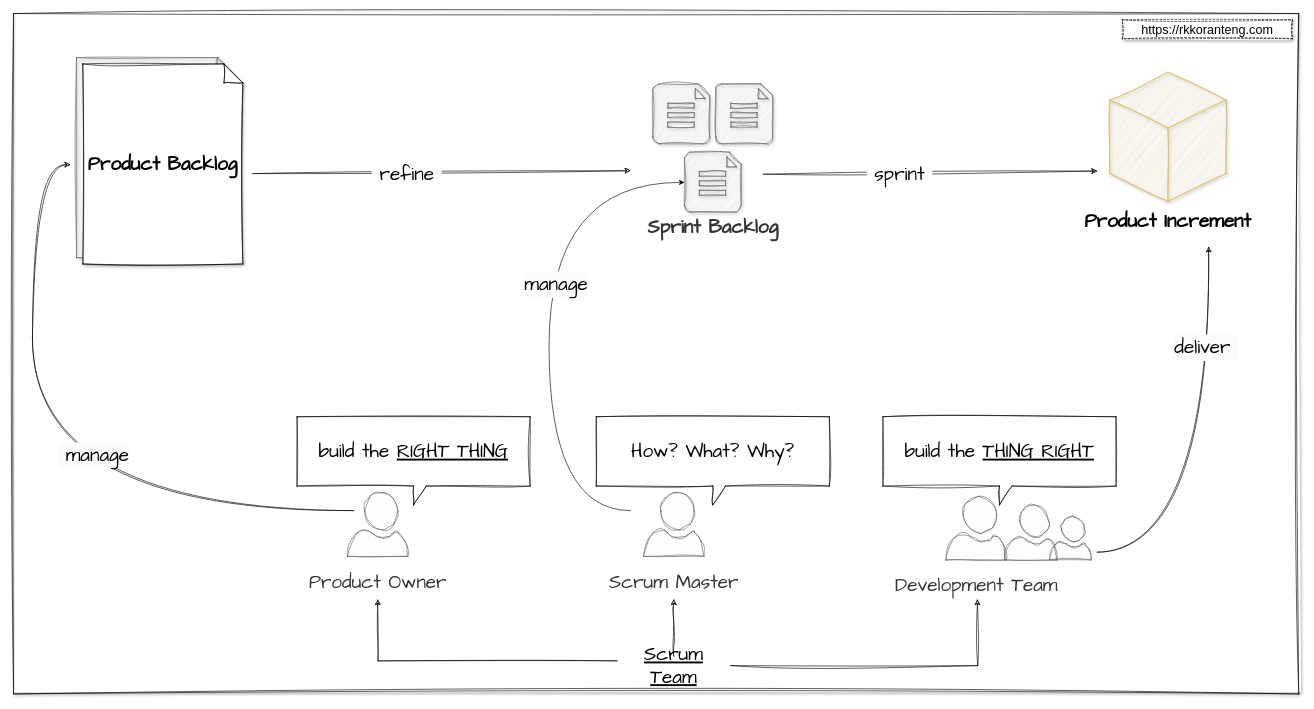
Before: page "scrum-artifacts" (2 of 11) of assets/screenshots/training/scrum/scrum-course-diagrams.drawio in RKKoranteng/blog, a draw.io diagram. Source tidied: cells renumbered, new cells numbered last; positions are measured from the earlier drawing's top-left corner, leaving out a move shared by most shapes. Both pictures are drawn from the tidied source at 63%, with x=0, y=0 at pixel (13, 13).
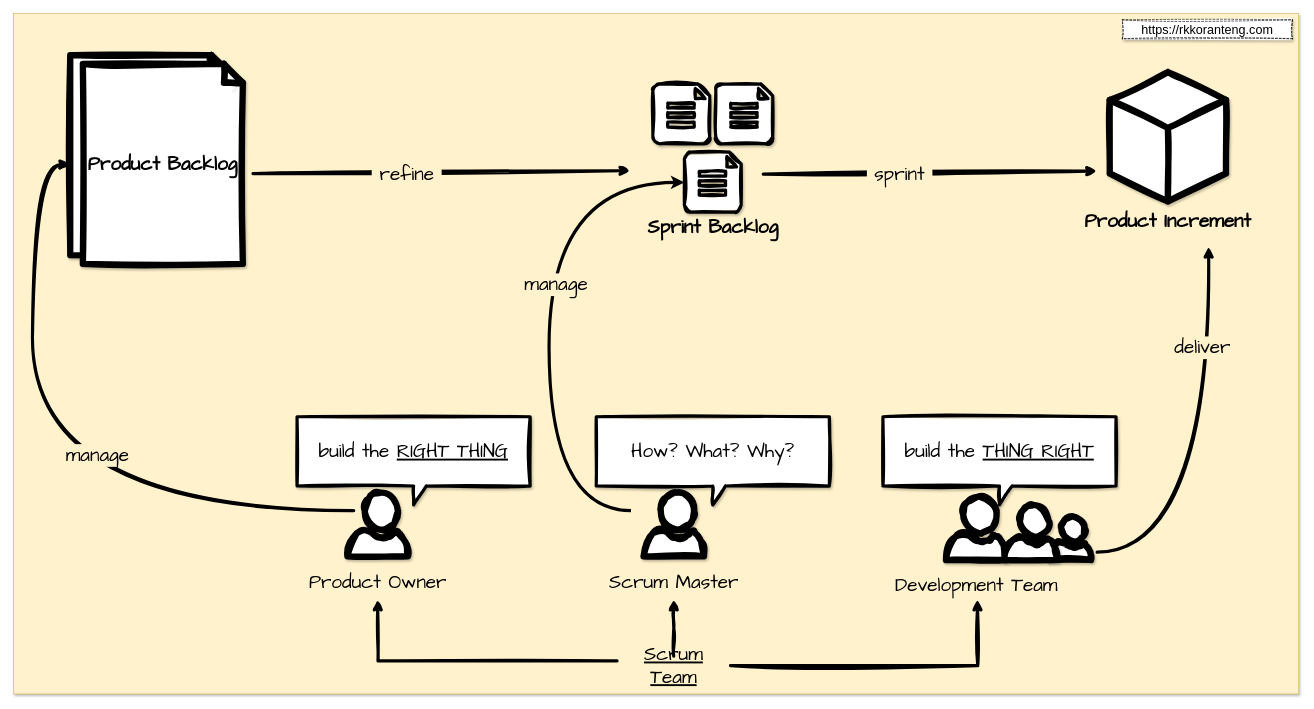
After the change.

Unchanged cells that the change refers to:
```xml
<mxCell id="32" value="&lt;font face=&quot;Comic Sans MS&quot; style=&quot;font-size: 30px;&quot;&gt;&lt;u&gt;Scrum Team&lt;/u&gt;&lt;/font&gt;" style="text;html=1;align=center;verticalAlign=middle;whiteSpace=wrap;rounded=0;" parent="1" vertex="1">
  <mxGeometry x="957.9" y="1020" width="180.1" height="30" as="geometry" />
</mxCell>
```

What changed in the source:
```diff
@@
-    <mxCell id="2" style="rounded=0;whiteSpace=wrap;html=1;sketch=1;curveFitting=1;jiggle=2;shadow=1;" parent="1" vertex="1">
+    <mxCell id="2" style="rounded=0;whiteSpace=wrap;html=1;shadow=1;fillColor=#fff2cc;strokeColor=#d6b656;" parent="1" vertex="1">
       <mxGeometry width="2040" height="1080" as="geometry" />
     </mxCell>
@@
-    <mxCell id="4" style="verticalLabelPosition=bottom;html=1;verticalAlign=top;align=center;strokeColor=#666666;fillColor=#f5f5f5;shape=mxgraph.azure.file_2;sketch=1;curveFitting=1;jiggle=2;fontColor=#333333;shadow=1;" parent="1" vertex="1">
+    <mxCell id="4" style="verticalLabelPosition=bottom;html=1;verticalAlign=top;align=center;shape=mxgraph.azure.file_2;sketch=1;curveFitting=1;jiggle=2;shadow=1;strokeWidth=5;" parent="1" vertex="1">
       <mxGeometry x="1014.8" y="111.8" width="90.2" height="95" as="geometry" />
     </mxCell>
-    <mxCell id="5" style="shape=note;whiteSpace=wrap;html=1;backgroundOutline=1;darkOpacity=0.05;sketch=1;curveFitting=1;jiggle=2;shadow=1;fillColor=#f5f5f5;fontColor=#333333;strokeColor=#666666;" parent="1" vertex="1">
-      <mxGeometry x="100" y="70" width="254" height="317.5" as="geometry" />
+    <mxCell id="5" style="shape=note;whiteSpace=wrap;html=1;backgroundOutline=1;darkOpacity=0.05;sketch=1;curveFitting=1;jiggle=2;shadow=1;strokeWidth=10;" parent="1" vertex="1">
+      <mxGeometry x="90" y="66" width="254" height="317.5" as="geometry" />
     </mxCell>
-    <mxCell id="6" value="&lt;font style=&quot;font-size: 30px;&quot; face=&quot;Comic Sans MS&quot;&gt;&lt;b&gt;Product Backlog&lt;/b&gt;&lt;/font&gt;" style="shape=note;whiteSpace=wrap;html=1;backgroundOutline=1;darkOpacity=0.05;sketch=1;curveFitting=1;jiggle=2;shadow=1;" parent="1" vertex="1">
+    <mxCell id="6" value="&lt;font style=&quot;font-size: 30px;&quot; face=&quot;Comic Sans MS&quot;&gt;&lt;b&gt;Product Backlog&lt;/b&gt;&lt;/font&gt;" style="shape=note;whiteSpace=wrap;html=1;backgroundOutline=1;darkOpacity=0.05;sketch=1;curveFitting=1;jiggle=2;shadow=1;strokeWidth=10;" parent="1" vertex="1">
       <mxGeometry x="110" y="80" width="254" height="317.5" as="geometry" />
     </mxCell>
-    <mxCell id="7" style="html=1;whiteSpace=wrap;shape=isoCube2;backgroundOutline=1;isoAngle=15;sketch=1;curveFitting=1;jiggle=2;fillColor=#fff2cc;strokeColor=#d6b656;shadow=1;" parent="1" vertex="1">
+    <mxCell id="7" style="html=1;whiteSpace=wrap;shape=isoCube2;backgroundOutline=1;isoAngle=15;sketch=1;curveFitting=1;jiggle=2;shadow=1;strokeWidth=10;" parent="1" vertex="1">
       <mxGeometry x="1740" y="93" width="184.5" height="205" as="geometry" />
     </mxCell>
-    <mxCell id="8" style="verticalLabelPosition=bottom;html=1;verticalAlign=top;align=center;strokeColor=#666666;fillColor=#f5f5f5;shape=mxgraph.azure.file_2;sketch=1;curveFitting=1;jiggle=2;fontColor=#333333;shadow=1;" parent="1" vertex="1">
+    <mxCell id="8" style="verticalLabelPosition=bottom;html=1;verticalAlign=top;align=center;shape=mxgraph.azure.file_2;sketch=1;curveFitting=1;jiggle=2;shadow=1;strokeWidth=5;" parent="1" vertex="1">
       <mxGeometry x="1114.8" y="111.8" width="90.2" height="95" as="geometry" />
     </mxCell>
-    <mxCell id="9" value="&lt;font style=&quot;font-size: 30px;&quot; face=&quot;Comic Sans MS&quot;&gt;&lt;b&gt;Sprint Backlog&lt;/b&gt;&lt;/font&gt;" style="verticalLabelPosition=bottom;html=1;verticalAlign=top;align=center;strokeColor=#666666;fillColor=#f5f5f5;shape=mxgraph.azure.file_2;sketch=1;curveFitting=1;jiggle=2;fontColor=#333333;shadow=1;" parent="1" vertex="1">
+    <mxCell id="9" value="&lt;font style=&quot;font-size: 30px;&quot; face=&quot;Comic Sans MS&quot;&gt;&lt;b&gt;Sprint Backlog&lt;/b&gt;&lt;/font&gt;" style="verticalLabelPosition=bottom;html=1;verticalAlign=top;align=center;shape=mxgraph.azure.file_2;sketch=1;curveFitting=1;jiggle=2;shadow=1;strokeWidth=5;" parent="1" vertex="1">
       <mxGeometry x="1064.8" y="220" width="90.2" height="95" as="geometry" />
     </mxCell>
@@
-    <mxCell id="11" value="&lt;font style=&quot;font-size: 30px;&quot; face=&quot;Comic Sans MS&quot;&gt;build the &lt;u&gt;RIGHT THING&lt;/u&gt;&lt;/font&gt;" style="shape=callout;whiteSpace=wrap;html=1;perimeter=calloutPerimeter;sketch=1;curveFitting=1;jiggle=2;" parent="1" vertex="1">
+    <mxCell id="11" value="&lt;font style=&quot;font-size: 30px;&quot; face=&quot;Comic Sans MS&quot;&gt;build the &lt;u&gt;RIGHT THING&lt;/u&gt;&lt;/font&gt;" style="shape=callout;whiteSpace=wrap;html=1;perimeter=calloutPerimeter;sketch=1;curveFitting=1;jiggle=2;strokeWidth=5;shadow=1;" parent="1" vertex="1">
       <mxGeometry x="450" y="640" width="370" height="140" as="geometry" />
     </mxCell>
-    <mxCell id="12" value="&lt;h1&gt;&lt;font face=&quot;Comic Sans MS&quot; style=&quot;font-size: 30px; font-weight: normal;&quot;&gt;Product Owner&lt;/font&gt;&lt;/h1&gt;" style="verticalLabelPosition=bottom;html=1;verticalAlign=top;align=center;strokeColor=#666666;fillColor=#f5f5f5;shape=mxgraph.azure.user;fontColor=#333333;sketch=1;curveFitting=1;jiggle=2;" parent="1" vertex="1">
+    <mxCell id="12" value="&lt;h1&gt;&lt;font face=&quot;Comic Sans MS&quot; style=&quot;font-size: 30px; font-weight: normal;&quot;&gt;Product Owner&lt;/font&gt;&lt;/h1&gt;" style="verticalLabelPosition=bottom;html=1;verticalAlign=top;align=center;shape=mxgraph.azure.user;sketch=1;curveFitting=1;jiggle=2;strokeWidth=10;shadow=1;" parent="1" vertex="1">
       <mxGeometry x="530" y="760.5" width="95.9" height="101" as="geometry" />
     </mxCell>
-    <mxCell id="13" value="&lt;h1&gt;&lt;font face=&quot;Comic Sans MS&quot; style=&quot;font-size: 30px; font-weight: normal;&quot;&gt;Scrum Master&lt;/font&gt;&lt;/h1&gt;" style="verticalLabelPosition=bottom;html=1;verticalAlign=top;align=center;strokeColor=#666666;fillColor=#f5f5f5;shape=mxgraph.azure.user;fontColor=#333333;sketch=1;curveFitting=1;jiggle=2;flipH=0;shadow=0;" parent="1" vertex="1">
+    <mxCell id="13" value="&lt;h1&gt;&lt;font face=&quot;Comic Sans MS&quot; style=&quot;font-size: 30px; font-weight: normal;&quot;&gt;Scrum Master&lt;/font&gt;&lt;/h1&gt;" style="verticalLabelPosition=bottom;html=1;verticalAlign=top;align=center;shape=mxgraph.azure.user;sketch=1;curveFitting=1;jiggle=2;flipH=0;shadow=1;strokeWidth=10;" parent="1" vertex="1">
       <mxGeometry x="1000" y="760.5" width="95.9" height="101" as="geometry" />
     </mxCell>
-    <mxCell id="14" value="&lt;font face=&quot;Comic Sans MS&quot; style=&quot;font-size: 30px;&quot;&gt;How? What? Why?&lt;/font&gt;" style="shape=callout;whiteSpace=wrap;html=1;perimeter=calloutPerimeter;sketch=1;curveFitting=1;jiggle=2;flipH=0;" parent="1" vertex="1">
+    <mxCell id="14" value="&lt;font face=&quot;Comic Sans MS&quot; style=&quot;font-size: 30px;&quot;&gt;How? What? Why?&lt;/font&gt;" style="shape=callout;whiteSpace=wrap;html=1;perimeter=calloutPerimeter;sketch=1;curveFitting=1;jiggle=2;flipH=0;strokeWidth=5;shadow=1;" parent="1" vertex="1">
       <mxGeometry x="924.9" y="640" width="370" height="140" as="geometry" />
     </mxCell>
-    <mxCell id="15" value="&lt;h1&gt;&lt;font face=&quot;Comic Sans MS&quot; style=&quot;font-size: 30px; font-weight: normal;&quot;&gt;Development Team&lt;/font&gt;&lt;/h1&gt;" style="verticalLabelPosition=bottom;html=1;verticalAlign=top;align=center;strokeColor=#666666;fillColor=#f5f5f5;shape=mxgraph.azure.user;fontColor=#333333;sketch=1;curveFitting=1;jiggle=2;flipH=0;" parent="1" vertex="1">
+    <mxCell id="15" value="&lt;h1&gt;&lt;font face=&quot;Comic Sans MS&quot; style=&quot;font-size: 30px; font-weight: normal;&quot;&gt;Development Team&lt;/font&gt;&lt;/h1&gt;" style="verticalLabelPosition=bottom;html=1;verticalAlign=top;align=center;shape=mxgraph.azure.user;sketch=1;curveFitting=1;jiggle=2;flipH=0;strokeWidth=10;shadow=1;" parent="1" vertex="1">
       <mxGeometry x="1480" y="766.4" width="95.9" height="101" as="geometry" />
     </mxCell>
-    <mxCell id="16" style="edgeStyle=orthogonalEdgeStyle;rounded=0;orthogonalLoop=1;jettySize=auto;html=1;curved=1;sketch=1;curveFitting=1;jiggle=2;" parent="1" edge="1">
+    <mxCell id="16" style="edgeStyle=orthogonalEdgeStyle;rounded=0;orthogonalLoop=1;jettySize=auto;html=1;curved=1;sketch=1;curveFitting=1;jiggle=2;strokeWidth=5;" parent="1" edge="1">
       <mxGeometry relative="1" as="geometry">
         <mxPoint x="1720" y="855" as="sourcePoint" />
         <mxPoint x="1897" y="370" as="targetPoint" />
         <Array as="points">
           <mxPoint x="1897" y="855" />
         </Array>
       </mxGeometry>
     </mxCell>
-    <mxCell id="17" value="&lt;div&gt;&lt;span style=&quot;background-color: rgb(251, 251, 251); font-family: &amp;quot;Comic Sans MS&amp;quot;; font-size: 30px; text-wrap: wrap;&quot;&gt;deliver&lt;/span&gt;&lt;span style=&quot;background-color: rgb(251, 251, 251); font-family: &amp;quot;Comic Sans MS&amp;quot;; font-size: 30px; text-wrap: wrap;&quot;&gt;&amp;nbsp;&lt;/span&gt;&lt;/div&gt;" style="edgeLabel;html=1;align=center;verticalAlign=middle;" parent="16" vertex="1">
+    <mxCell id="17" value="&lt;div&gt;&lt;span style=&quot;font-family: &amp;quot;Comic Sans MS&amp;quot;; font-size: 30px; text-wrap: wrap;&quot;&gt;deliver&lt;/span&gt;&lt;span style=&quot;font-family: &amp;quot;Comic Sans MS&amp;quot;; font-size: 30px; text-wrap: wrap;&quot;&gt;&amp;nbsp;&lt;/span&gt;&lt;/div&gt;" style="edgeLabel;html=1;align=center;verticalAlign=middle;labelBackgroundColor=#FFF2CC;" parent="16" vertex="1">
       <mxGeometry x="0.52" y="5" relative="1" as="geometry" />
     </mxCell>
-    <mxCell id="18" value="&lt;h1&gt;&lt;br&gt;&lt;/h1&gt;" style="verticalLabelPosition=bottom;html=1;verticalAlign=top;align=center;strokeColor=#666666;fillColor=#f5f5f5;shape=mxgraph.azure.user;fontColor=#333333;sketch=1;curveFitting=1;jiggle=2;flipH=0;" parent="1" vertex="1">
+    <mxCell id="18" value="&lt;h1&gt;&lt;br&gt;&lt;/h1&gt;" style="verticalLabelPosition=bottom;html=1;verticalAlign=top;align=center;shape=mxgraph.azure.user;sketch=1;curveFitting=1;jiggle=2;flipH=0;strokeWidth=10;shadow=1;" parent="1" vertex="1">
       <mxGeometry x="1644.5" y="797.9" width="65.9" height="69.4" as="geometry" />
     </mxCell>
-    <mxCell id="19" value="&lt;h1&gt;&lt;br&gt;&lt;/h1&gt;" style="verticalLabelPosition=bottom;html=1;verticalAlign=top;align=center;strokeColor=#666666;fillColor=#f5f5f5;shape=mxgraph.azure.user;fontColor=#333333;sketch=1;curveFitting=1;jiggle=2;flipH=0;" parent="1" vertex="1">
+    <mxCell id="19" value="&lt;h1&gt;&lt;br&gt;&lt;/h1&gt;" style="verticalLabelPosition=bottom;html=1;verticalAlign=top;align=center;shape=mxgraph.azure.user;sketch=1;curveFitting=1;jiggle=2;flipH=0;strokeWidth=10;shadow=1;" parent="1" vertex="1">
       <mxGeometry x="1573.5" y="780" width="83" height="87.3" as="geometry" />
     </mxCell>
-    <mxCell id="20" value="&lt;font face=&quot;Comic Sans MS&quot; style=&quot;font-size: 30px;&quot;&gt;build the &lt;u&gt;THING RIGHT&lt;/u&gt;&lt;/font&gt;" style="shape=callout;whiteSpace=wrap;html=1;perimeter=calloutPerimeter;sketch=1;curveFitting=1;jiggle=2;flipH=0;" parent="1" vertex="1">
+    <mxCell id="20" value="&lt;font face=&quot;Comic Sans MS&quot; style=&quot;font-size: 30px;&quot;&gt;build the &lt;u&gt;THING RIGHT&lt;/u&gt;&lt;/font&gt;" style="shape=callout;whiteSpace=wrap;html=1;perimeter=calloutPerimeter;sketch=1;curveFitting=1;jiggle=2;flipH=0;strokeWidth=5;shadow=1;" parent="1" vertex="1">
       <mxGeometry x="1380" y="640" width="370" height="140" as="geometry" />
     </mxCell>
-    <mxCell id="21" style="edgeStyle=orthogonalEdgeStyle;rounded=0;orthogonalLoop=1;jettySize=auto;html=1;curved=1;sketch=1;curveFitting=1;jiggle=2;" parent="1" edge="1">
+    <mxCell id="21" style="edgeStyle=orthogonalEdgeStyle;rounded=0;orthogonalLoop=1;jettySize=auto;html=1;curved=1;sketch=1;curveFitting=1;jiggle=2;strokeWidth=5;" parent="1" edge="1">
       <mxGeometry relative="1" as="geometry">
         <mxPoint x="540" y="789" as="sourcePoint" />
         <mxPoint x="90" y="240" as="targetPoint" />
         <Array as="points">
           <mxPoint x="30" y="789" />
           <mxPoint x="30" y="239" />
         </Array>
       </mxGeometry>
     </mxCell>
-    <mxCell id="22" value="&lt;span style=&quot;font-family: &amp;quot;Comic Sans MS&amp;quot;; font-size: 30px; text-wrap: wrap; background-color: rgb(251, 251, 251);&quot;&gt;&amp;nbsp;manage&lt;/span&gt;" style="edgeLabel;html=1;align=center;verticalAlign=middle;" parent="21" vertex="1">
+    <mxCell id="22" value="&lt;span style=&quot;font-family: &amp;quot;Comic Sans MS&amp;quot;; font-size: 30px; text-wrap: wrap;&quot;&gt;&amp;nbsp;manage&lt;/span&gt;" style="edgeLabel;html=1;align=center;verticalAlign=middle;labelBackgroundColor=#FFF2CC;" parent="21" vertex="1">
       <mxGeometry x="-0.26" y="-89" relative="1" as="geometry" />
     </mxCell>
-    <mxCell id="23" style="edgeStyle=orthogonalEdgeStyle;rounded=0;orthogonalLoop=1;jettySize=auto;html=1;curved=1;" parent="1" edge="1">
+    <mxCell id="23" style="edgeStyle=orthogonalEdgeStyle;rounded=0;orthogonalLoop=1;jettySize=auto;html=1;curved=1;strokeWidth=5;" parent="1" edge="1">
       <mxGeometry relative="1" as="geometry">
         <mxPoint x="980" y="789" as="sourcePoint" />
         <mxPoint x="1065" y="268" as="targetPoint" />
         <Array as="points">
           <mxPoint x="850" y="789" />
           <mxPoint x="850" y="268" />
         </Array>
       </mxGeometry>
     </mxCell>
-    <mxCell id="24" value="&lt;div&gt;&lt;span style=&quot;background-color: rgb(251, 251, 251); font-family: &amp;quot;Comic Sans MS&amp;quot;; font-size: 30px; text-wrap: wrap;&quot;&gt;manage&lt;/span&gt;&lt;/div&gt;" style="edgeLabel;html=1;align=center;verticalAlign=middle;" parent="23" vertex="1">
+    <mxCell id="24" value="&lt;div&gt;&lt;span style=&quot;font-family: &amp;quot;Comic Sans MS&amp;quot;; font-size: 30px; text-wrap: wrap;&quot;&gt;manage&lt;/span&gt;&lt;/div&gt;" style="edgeLabel;html=1;align=center;verticalAlign=middle;labelBackgroundColor=#FFF2CC;" parent="23" vertex="1">
       <mxGeometry x="-0.03" relative="1" as="geometry">
         <mxPoint x="10" y="-70" as="offset" />
       </mxGeometry>
     </mxCell>
-    <mxCell id="25" style="endArrow=classic;html=1;rounded=0;entryX=0.48;entryY=0.231;entryDx=0;entryDy=0;entryPerimeter=0;sketch=1;curveFitting=1;jiggle=2;" parent="1" edge="1" target="2">
+    <mxCell id="25" style="endArrow=classic;html=1;rounded=0;entryX=0.48;entryY=0.231;entryDx=0;entryDy=0;entryPerimeter=0;sketch=1;curveFitting=1;jiggle=2;strokeWidth=5;" parent="1" edge="1" target="2">
       <mxGeometry relative="1" as="geometry">
         <mxPoint x="380" y="254" as="sourcePoint" />
       </mxGeometry>
     </mxCell>
-    <mxCell id="26" value="&lt;span style=&quot;font-family: &amp;quot;Comic Sans MS&amp;quot;; font-size: 30px;&quot;&gt;&amp;nbsp;refine&amp;nbsp;&lt;/span&gt;" style="edgeLabel;html=1;align=center;verticalAlign=middle;" parent="25" vertex="1">
+    <mxCell id="26" value="&lt;span style=&quot;font-family: &amp;quot;Comic Sans MS&amp;quot;; font-size: 30px;&quot;&gt;&amp;nbsp;refine&amp;nbsp;&lt;/span&gt;" style="edgeLabel;html=1;align=center;verticalAlign=middle;labelBackgroundColor=#FFF2CC;" parent="25" vertex="1">
       <mxGeometry x="-0.19" y="-2" relative="1" as="geometry" />
     </mxCell>
-    <mxCell id="27" style="endArrow=classic;html=1;rounded=0;sketch=1;curveFitting=1;jiggle=2;" parent="1" edge="1">
+    <mxCell id="27" style="endArrow=classic;html=1;rounded=0;sketch=1;curveFitting=1;jiggle=2;strokeWidth=5;" parent="1" edge="1">
       <mxGeometry relative="1" as="geometry">
         <mxPoint x="1190" y="255" as="sourcePoint" />
         <mxPoint x="1720" y="250" as="targetPoint" />
       </mxGeometry>
     </mxCell>
-    <mxCell id="28" value="&lt;font face=&quot;Comic Sans MS&quot;&gt;&lt;span style=&quot;font-size: 30px;&quot;&gt;&amp;nbsp;sprint&amp;nbsp;&lt;/span&gt;&lt;/font&gt;" style="edgeLabel;html=1;align=center;verticalAlign=middle;" parent="27" vertex="1">
+    <mxCell id="28" value="&lt;font face=&quot;Comic Sans MS&quot;&gt;&lt;span style=&quot;font-size: 30px;&quot;&gt;&amp;nbsp;sprint&amp;nbsp;&lt;/span&gt;&lt;/font&gt;" style="edgeLabel;html=1;align=center;verticalAlign=middle;labelBackgroundColor=#FFF2CC;" parent="27" vertex="1">
       <mxGeometry x="-0.19" y="-2" relative="1" as="geometry" />
     </mxCell>
-    <mxCell id="29" style="edgeStyle=orthogonalEdgeStyle;rounded=0;jettySize=auto;html=1;exitX=0;exitY=0.25;exitDx=0;exitDy=0;sketch=1;curveFitting=1;jiggle=2;" parent="1" edge="1" source="32">
+    <mxCell id="29" style="edgeStyle=orthogonalEdgeStyle;rounded=0;jettySize=auto;html=1;exitX=0;exitY=0.25;exitDx=0;exitDy=0;sketch=1;curveFitting=1;jiggle=2;strokeWidth=5;" parent="1" edge="1" source="32">
       <mxGeometry relative="1" as="geometry">
         <mxPoint x="578" y="930" as="targetPoint" />
       </mxGeometry>
     </mxCell>
-    <mxCell id="30" style="edgeStyle=orthogonalEdgeStyle;rounded=0;jettySize=auto;html=1;sketch=1;curveFitting=1;jiggle=2;" parent="1" edge="1" source="32">
+    <mxCell id="30" style="edgeStyle=orthogonalEdgeStyle;rounded=0;jettySize=auto;html=1;sketch=1;curveFitting=1;jiggle=2;strokeWidth=5;" parent="1" edge="1" source="32">
       <mxGeometry relative="1" as="geometry">
         <mxPoint x="1048" y="930" as="targetPoint" />
       </mxGeometry>
     </mxCell>
-    <mxCell id="31" style="edgeStyle=orthogonalEdgeStyle;rounded=0;jettySize=auto;html=1;sketch=1;curveFitting=1;jiggle=2;" parent="1" edge="1" source="32">
+    <mxCell id="31" style="edgeStyle=orthogonalEdgeStyle;rounded=0;jettySize=auto;html=1;sketch=1;curveFitting=1;jiggle=2;strokeWidth=5;" parent="1" edge="1" source="32">
       <mxGeometry relative="1" as="geometry">
         <mxPoint x="1530" y="930" as="targetPoint" />
       </mxGeometry>
     </mxCell>
```
